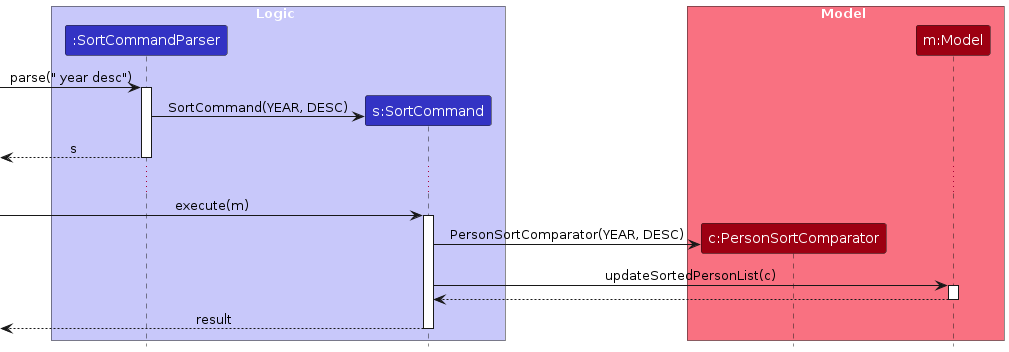
Earlier version of the PlantUML export diagrams/SortSequenceDiagram.png (AY2627S1-CS2103T-F15-3/tp). Its source is kept beside it as diagrams/SortSequenceDiagram.puml.
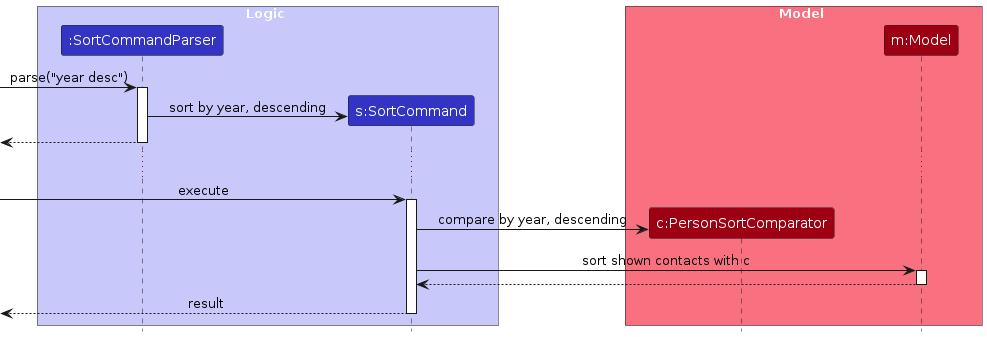
Later version of the same file.

Diff of the diagram source:
```diff
@@ -12,20 +12,20 @@
 participant "m:Model" as Model MODEL_COLOR
 end box
 
-[-> Parser : parse(" year desc")
+[-> Parser : parse("year desc")
 activate Parser
 create Command
-Parser -> Command : SortCommand(YEAR, DESC)
-[<-- Parser : s
+Parser -> Command : sort by year, descending
+[<-- Parser
 deactivate Parser
 
 ...
 
-[-> Command : execute(m)
+[-> Command : execute
 activate Command
 create Comparator
-Command -> Comparator : PersonSortComparator(YEAR, DESC)
-Command -> Model : updateSortedPersonList(c)
+Command -> Comparator : compare by year, descending
+Command -> Model : sort shown contacts with c
 activate Model
 Model --> Command
 deactivate Model
```
